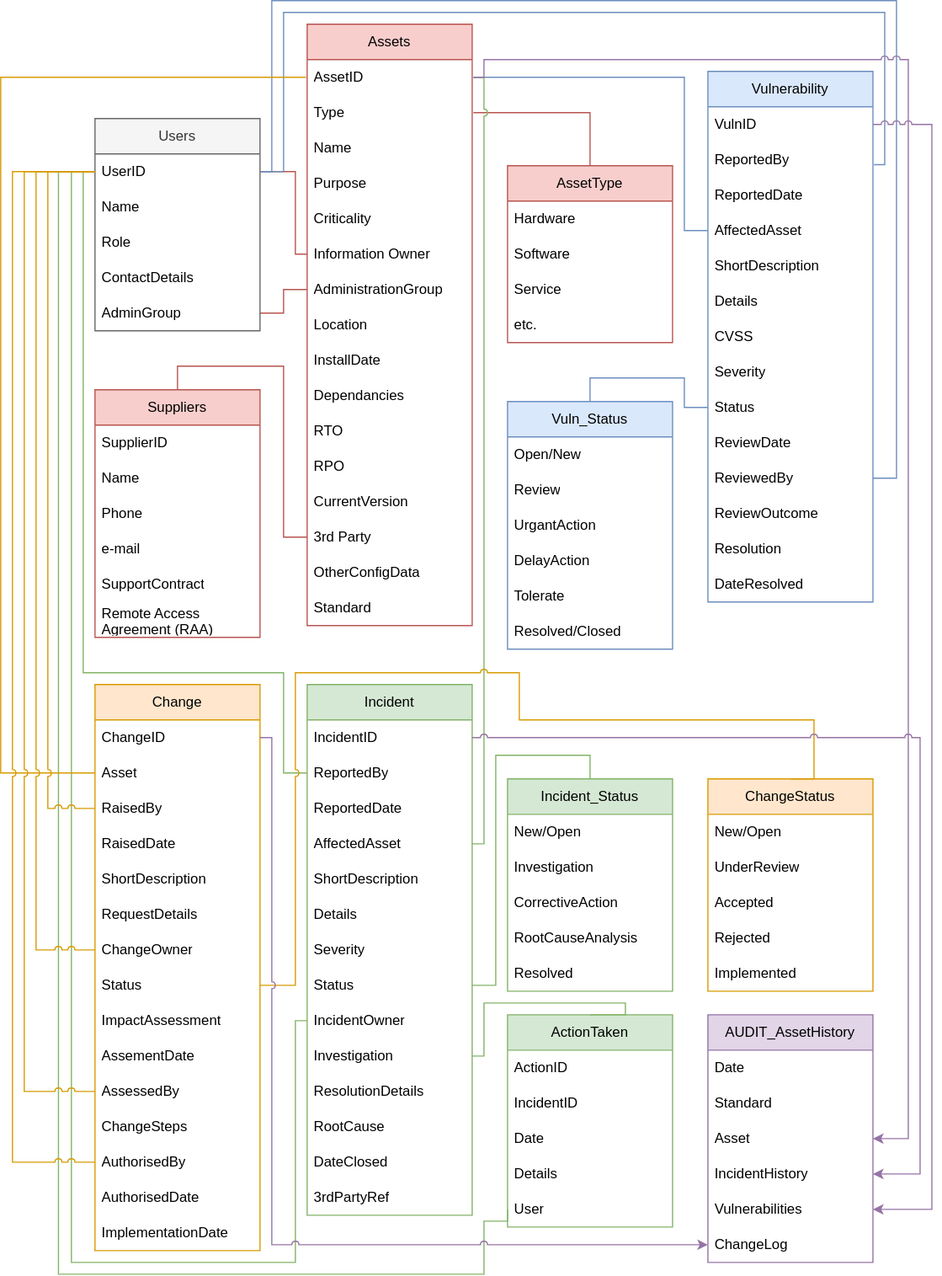
Earlier version of the draw.io export ITSM/Assignment1/Assets/CMDB_F.svg (MCollins87/MSC_EnterpriseIT). Source tidied: cells renumbered, new cells last; positions are measured from the earlier drawing's top-left corner, leaving out a move shared by most shapes.
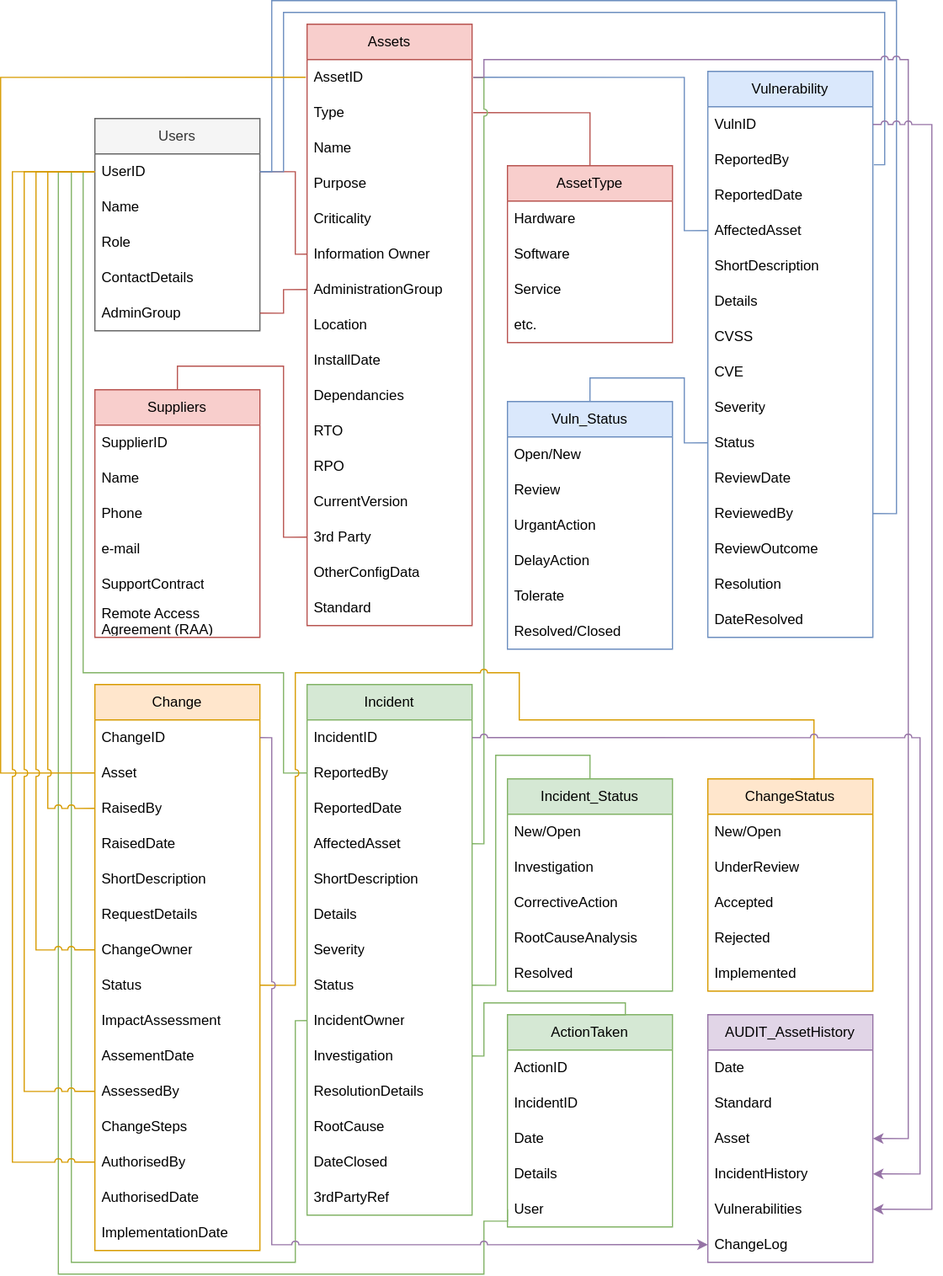
Later version of the same file.

The edit, as a diff of the source:
```diff
@@ -125,7 +125,7 @@
       <mxGeometry relative="1" as="geometry" />
     </mxCell>
     <mxCell id="41" value="Vulnerability" style="swimlane;fontStyle=0;horizontal=1;startSize=30;whiteSpace=wrap;html=1;fillColor=#dae8fc;strokeColor=#6c8ebf;" parent="1" vertex="1">
-      <mxGeometry x="600" y="60" width="140" height="450" as="geometry" />
+      <mxGeometry x="600" y="60" width="140" height="480" as="geometry" />
     </mxCell>
     <mxCell id="42" value="VulnID" style="text;strokeColor=none;fillColor=none;align=left;verticalAlign=middle;spacingLeft=4;spacingRight=4;overflow=hidden;points=[[0,0.5],[1,0.5]];portConstraint=eastwest;whiteSpace=wrap;html=1;" parent="41" vertex="1">
       <mxGeometry y="30" width="140" height="30" as="geometry" />
@@ -148,26 +148,29 @@
     <mxCell id="48" value="CVSS" style="text;strokeColor=none;fillColor=none;align=left;verticalAlign=middle;spacingLeft=4;spacingRight=4;overflow=hidden;whiteSpace=wrap;html=1;" parent="41" vertex="1">
       <mxGeometry y="210" width="140" height="30" as="geometry" />
     </mxCell>
+    <mxCell id="139" value="CVE" style="text;strokeColor=none;fillColor=none;align=left;verticalAlign=middle;spacingLeft=4;spacingRight=4;overflow=hidden;whiteSpace=wrap;html=1;" parent="41" vertex="1">
+      <mxGeometry y="240" width="140" height="30" as="geometry" />
+    </mxCell>
     <mxCell id="49" value="Severity" style="text;strokeColor=none;fillColor=none;align=left;verticalAlign=middle;spacingLeft=4;spacingRight=4;overflow=hidden;whiteSpace=wrap;html=1;" parent="41" vertex="1">
-      <mxGeometry y="240" width="140" height="30" as="geometry" />
+      <mxGeometry y="270" width="140" height="30" as="geometry" />
     </mxCell>
     <mxCell id="50" value="Status" style="text;strokeColor=none;fillColor=none;align=left;verticalAlign=middle;spacingLeft=4;spacingRight=4;overflow=hidden;points=[[0,0.5],[1,0.5]];portConstraint=eastwest;whiteSpace=wrap;html=1;" parent="41" vertex="1">
-      <mxGeometry y="270" width="140" height="30" as="geometry" />
+      <mxGeometry y="300" width="140" height="30" as="geometry" />
     </mxCell>
     <mxCell id="51" value="ReviewDate" style="text;strokeColor=none;fillColor=none;align=left;verticalAlign=middle;spacingLeft=4;spacingRight=4;overflow=hidden;whiteSpace=wrap;html=1;" parent="41" vertex="1">
-      <mxGeometry y="300" width="140" height="30" as="geometry" />
+      <mxGeometry y="330" width="140" height="30" as="geometry" />
     </mxCell>
     <mxCell id="52" value="ReviewedBy" style="text;strokeColor=none;fillColor=none;align=left;verticalAlign=middle;spacingLeft=4;spacingRight=4;overflow=hidden;points=[[0,0.5],[1,0.5]];portConstraint=eastwest;whiteSpace=wrap;html=1;" parent="41" vertex="1">
-      <mxGeometry y="330" width="140" height="30" as="geometry" />
+      <mxGeometry y="360" width="140" height="30" as="geometry" />
     </mxCell>
     <mxCell id="53" value="ReviewOutcome" style="text;strokeColor=none;fillColor=none;align=left;verticalAlign=middle;spacingLeft=4;spacingRight=4;overflow=hidden;whiteSpace=wrap;html=1;" parent="41" vertex="1">
-      <mxGeometry y="360" width="140" height="30" as="geometry" />
+      <mxGeometry y="390" width="140" height="30" as="geometry" />
     </mxCell>
     <mxCell id="54" value="Resolution" style="text;strokeColor=none;fillColor=none;align=left;verticalAlign=middle;spacingLeft=4;spacingRight=4;overflow=hidden;whiteSpace=wrap;html=1;" parent="41" vertex="1">
-      <mxGeometry y="390" width="140" height="30" as="geometry" />
+      <mxGeometry y="420" width="140" height="30" as="geometry" />
     </mxCell>
     <mxCell id="55" value="DateResolved" style="text;strokeColor=none;fillColor=none;align=left;verticalAlign=middle;spacingLeft=4;spacingRight=4;overflow=hidden;whiteSpace=wrap;html=1;" parent="41" vertex="1">
-      <mxGeometry y="420" width="140" height="30" as="geometry" />
+      <mxGeometry y="450" width="140" height="30" as="geometry" />
     </mxCell>
     <mxCell id="56" style="edgeStyle=orthogonalEdgeStyle;rounded=0;jettySize=auto;html=1;exitX=1;exitY=0.5;exitDx=0;exitDy=0;entryX=0;entryY=0.5;entryDx=0;entryDy=0;endArrow=none;endFill=0;fillColor=#dae8fc;strokeColor=#6c8ebf;" parent="1" edge="1" source="3" target="45">
       <mxGeometry relative="1" as="geometry">
@@ -201,7 +204,7 @@
     <mxCell id="64" style="edgeStyle=orthogonalEdgeStyle;rounded=0;jettySize=auto;html=1;exitX=0;exitY=0.5;exitDx=0;exitDy=0;entryX=0.5;entryY=0;entryDx=0;entryDy=0;endArrow=none;endFill=0;fillColor=#dae8fc;strokeColor=#6c8ebf;" parent="1" edge="1" source="50" target="57">
       <mxGeometry relative="1" as="geometry">
         <Array as="points">
-          <mxPoint x="580" y="345" />
+          <mxPoint x="580" y="375" />
           <mxPoint x="580" y="320" />
           <mxPoint x="500" y="320" />
         </Array>
@@ -210,7 +213,7 @@
     <mxCell id="65" style="edgeStyle=orthogonalEdgeStyle;rounded=0;jettySize=auto;html=1;exitX=1;exitY=0.5;exitDx=0;exitDy=0;entryX=1;entryY=0.5;entryDx=0;entryDy=0;endArrow=none;endFill=0;fillColor=#dae8fc;strokeColor=#6c8ebf;" parent="1" edge="1" source="52" target="34">
       <mxGeometry relative="1" as="geometry">
         <Array as="points">
-          <mxPoint x="760" y="405" />
+          <mxPoint x="760" y="435" />
           <mxPoint x="760" />
           <mxPoint x="230" />
           <mxPoint x="230" y="145" />
```
